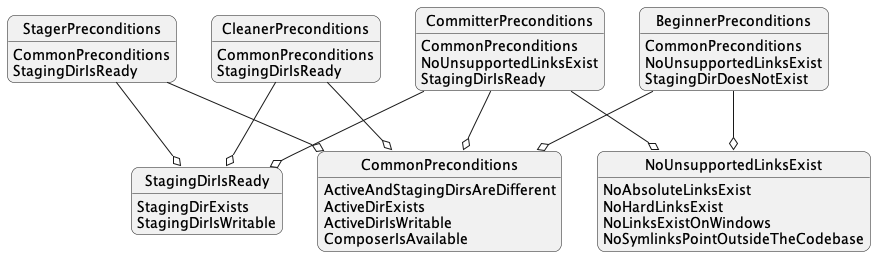
Earlier version of the PlantUML export src/Domain/Service/Precondition/resources/hierarchy.png (php-tuf/composer-stager). Its source is kept beside it as src/Domain/Service/Precondition/resources/hierarchy.puml.
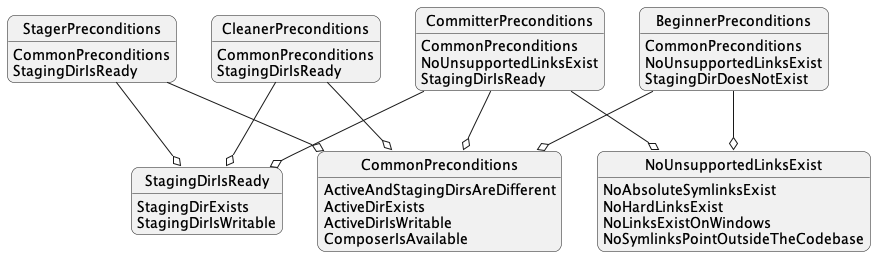
After the commit.

Commit message:
Rename Infrastructure\Service\Precondition\NoAbsoluteLinksExist to NoAbsoluteSymlinksExist to reflect scope better.

Diff of the diagram source:
```diff
@@ -52,7 +52,7 @@
 }
 
 class NoUnsupportedLinksExist {
-    NoAbsoluteLinksExist
+    NoAbsoluteSymlinksExist
     NoHardLinksExist
     NoLinksExistOnWindows
     NoSymlinksPointOutsideTheCodebase
```
